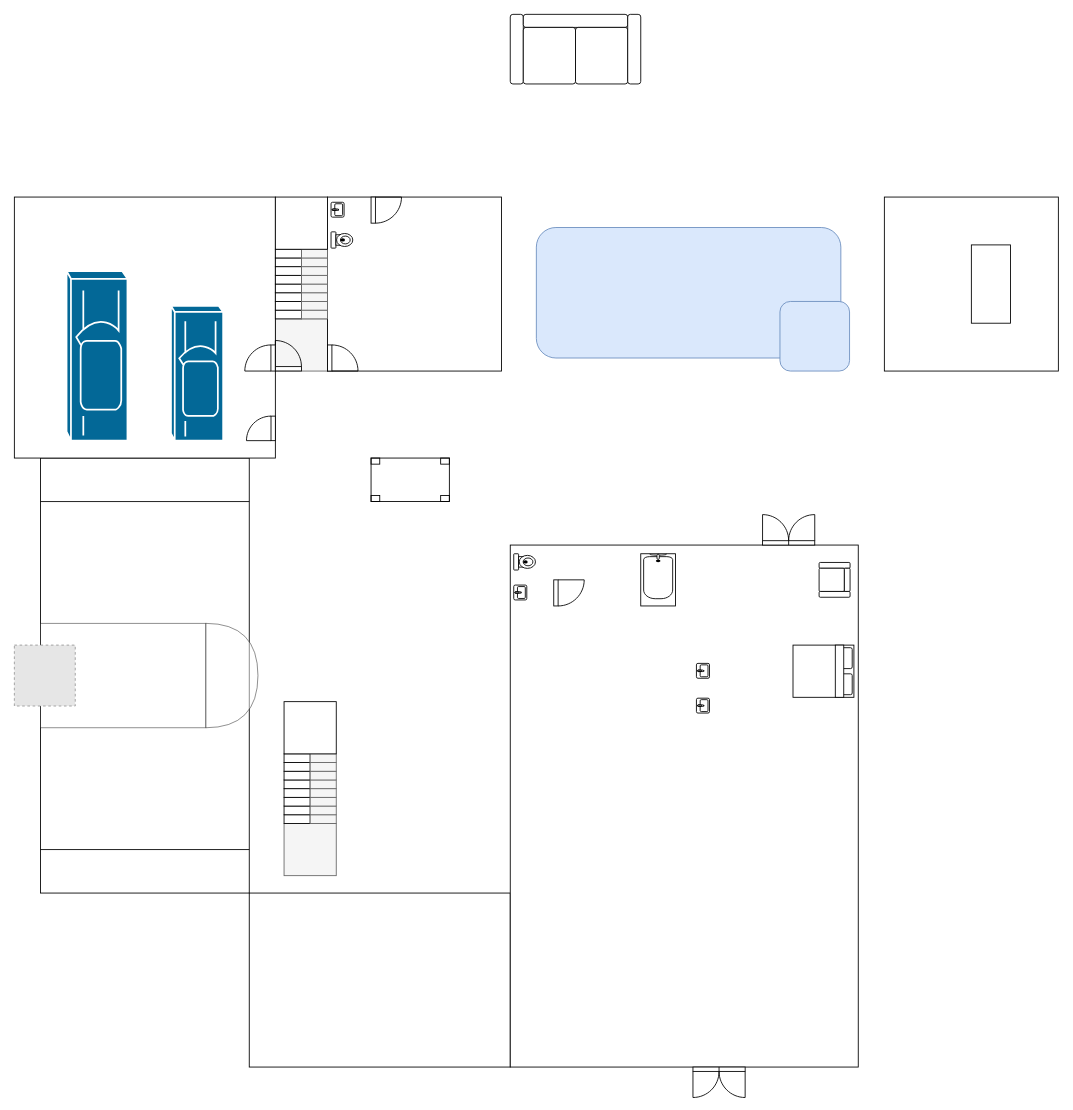
Above: House Design.drawio in hikumealan/draw-io-diagrams (draw.io), before the change. Source tidied: cells renumbered, new cells numbered last; positions are measured from the earlier drawing's top-left corner, leaving out a move shared by most shapes. Both pictures are drawn from the tidied source at 87%, with x=0, y=0 at pixel (14, 14). Pictures stored in the file or linked from it are replaced by grey dashed boxes.
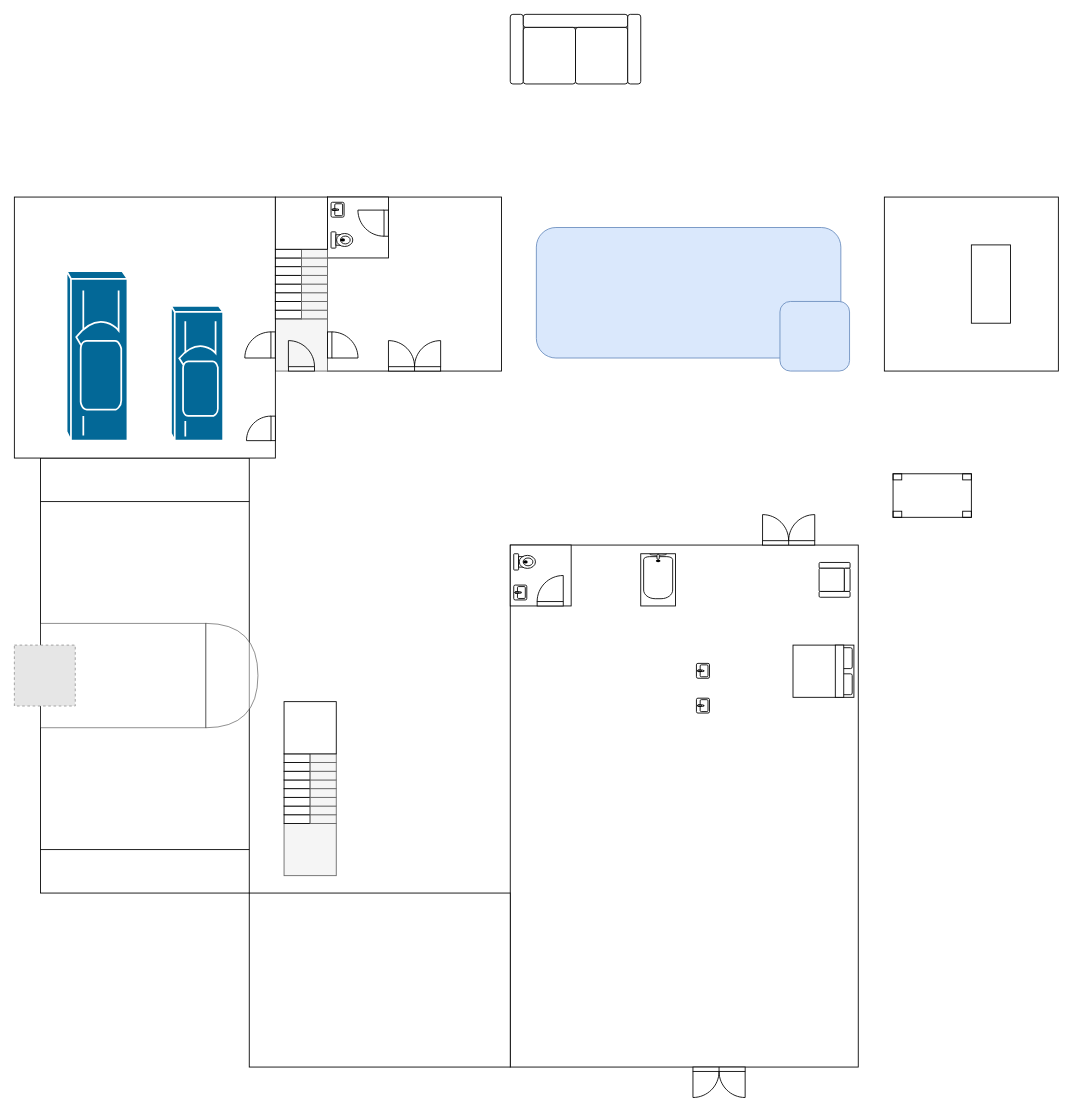
The same page after the edit.

Diff of the diagram source:
```diff
@@
+    <mxCell id="17" style="rounded=0;whiteSpace=wrap;html=1;" parent="1" vertex="1">
+      <mxGeometry x="570" y="610" width="400" height="600" as="geometry" />
+    </mxCell>
+    <mxCell id="73" style="rounded=0;whiteSpace=wrap;html=1;sketch=0;" parent="1" vertex="1">
+      <mxGeometry x="570" y="610" width="70" height="70" as="geometry" />
+    </mxCell>
+    <mxCell id="9" style="whiteSpace=wrap;html=1;" parent="1" vertex="1">
+      <mxGeometry x="360" y="210" width="200" height="200" as="geometry" />
+    </mxCell>
@@
+    <mxCell id="74" style="rounded=0;whiteSpace=wrap;html=1;sketch=0;" parent="1" vertex="1">
+      <mxGeometry x="360" y="210" width="70" height="70" as="geometry" />
+    </mxCell>
@@
-    <mxCell id="9" style="whiteSpace=wrap;html=1;" parent="1" vertex="1">
-      <mxGeometry x="360" y="210" width="200" height="200" as="geometry" />
-    </mxCell>
     <mxCell id="10" style="verticalLabelPosition=bottom;html=1;verticalAlign=top;align=center;shape=mxgraph.floorplan.doorRight;flipV=1;flipH=1;" parent="1" vertex="1">
-      <mxGeometry x="300" y="378" width="30" height="31.9" as="geometry" />
+      <mxGeometry x="315" y="378.1" width="30" height="31.9" as="geometry" />
     </mxCell>
     <mxCell id="11" style="verticalLabelPosition=bottom;html=1;verticalAlign=top;align=center;shape=mxgraph.floorplan.doorRight;flipV=0;direction=south;flipH=1;" parent="1" vertex="1">
-      <mxGeometry x="360" y="380" width="31.9" height="30" as="geometry" />
+      <mxGeometry x="360" y="365" width="31.9" height="30" as="geometry" />
     </mxCell>
     <mxCell id="12" style="verticalLabelPosition=bottom;html=1;verticalAlign=top;align=center;shape=mxgraph.floorplan.doorRight;flipV=0;direction=south;flipH=0;" parent="1" vertex="1">
-      <mxGeometry x="268" y="380" width="31.9" height="30" as="geometry" />
+      <mxGeometry x="268" y="365" width="31.9" height="30" as="geometry" />
     </mxCell>
@@
-    <mxCell id="17" style="rounded=0;whiteSpace=wrap;html=1;" parent="1" vertex="1">
-      <mxGeometry x="570" y="610" width="400" height="600" as="geometry" />
-    </mxCell>
@@
-    <mxCell id="46" style="verticalLabelPosition=bottom;html=1;verticalAlign=top;align=center;shape=mxgraph.floorplan.doorRight;flipV=1;direction=south;flipH=1;" parent="1" vertex="1">
-      <mxGeometry x="410" y="210" width="31.9" height="30" as="geometry" />
+    <mxCell id="46" style="verticalLabelPosition=bottom;html=1;verticalAlign=top;align=center;shape=mxgraph.floorplan.doorRight;flipV=1;direction=south;flipH=0;" parent="1" vertex="1">
+      <mxGeometry x="398" y="225" width="31.9" height="30" as="geometry" />
     </mxCell>
     <mxCell id="47" style="verticalLabelPosition=bottom;html=1;verticalAlign=top;align=center;shape=mxgraph.floorplan.table;sketch=0;" parent="1" vertex="1">
-      <mxGeometry x="410" y="510" width="90" height="50" as="geometry" />
+      <mxGeometry x="1010" y="528.1" width="90" height="50" as="geometry" />
     </mxCell>
@@
-    <mxCell id="51" style="verticalLabelPosition=bottom;html=1;verticalAlign=top;align=center;shape=mxgraph.floorplan.doorRight;flipV=1;direction=south;flipH=1;" parent="1" vertex="1">
-      <mxGeometry x="620" y="650" width="31.9" height="30" as="geometry" />
+    <mxCell id="51" style="verticalLabelPosition=bottom;html=1;verticalAlign=top;align=center;shape=mxgraph.floorplan.doorRight;flipV=0;direction=west;flipH=1;" parent="1" vertex="1">
+      <mxGeometry x="600.9" y="648.1" width="30" height="31.9" as="geometry" />
     </mxCell>
@@
+    <mxCell id="75" style="verticalLabelPosition=bottom;html=1;verticalAlign=top;align=center;shape=mxgraph.floorplan.doorDouble;sketch=0;flipV=1;" parent="1" vertex="1">
+      <mxGeometry x="430" y="378.1" width="60" height="31.9" as="geometry" />
+    </mxCell>
```
